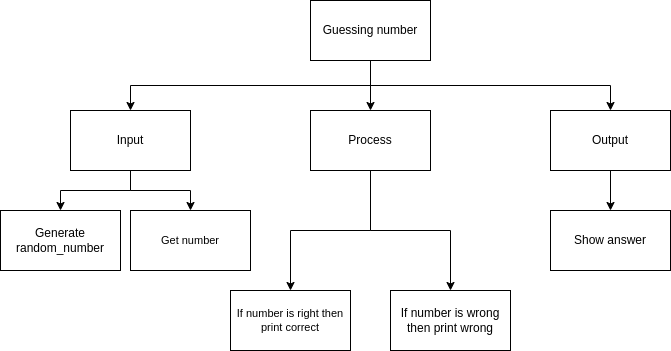
Above: design.png in Aleksandr-Ten/ICS3U-Unit3-03-Python (draw.io), before the change. Source tidied: cells renumbered, new cells last; positions are measured from the earlier drawing's top-left corner, leaving out a move shared by most shapes. Its diagram source:
```xml
<mxGraphModel>
  <root>
    <mxCell id="0" />
    <mxCell id="1" parent="0" />
    <mxCell id="2" style="edgeStyle=none;html=1;exitX=0.5;exitY=1;exitDx=0;exitDy=0;entryX=0.5;entryY=0;entryDx=0;entryDy=0;" parent="1" edge="1" source="5" target="8">
      <mxGeometry relative="1" as="geometry" />
    </mxCell>
    <mxCell id="3" style="edgeStyle=orthogonalEdgeStyle;html=1;exitX=0.5;exitY=1;exitDx=0;exitDy=0;entryX=0.5;entryY=0;entryDx=0;entryDy=0;rounded=0;" parent="1" edge="1" source="5" target="11">
      <mxGeometry relative="1" as="geometry" />
    </mxCell>
    <mxCell id="4" style="edgeStyle=orthogonalEdgeStyle;shape=connector;rounded=0;html=1;labelBackgroundColor=default;fontFamily=Helvetica;fontSize=11;fontColor=default;endArrow=classic;strokeColor=default;exitX=0.5;exitY=1;exitDx=0;exitDy=0;" parent="1" edge="1" source="5" target="13">
      <mxGeometry relative="1" as="geometry" />
    </mxCell>
    <mxCell id="5" value="Guessing number" style="rounded=0;whiteSpace=wrap;html=1;" parent="1" vertex="1">
      <mxGeometry x="310" width="120" height="60" as="geometry" />
    </mxCell>
    <mxCell id="6" style="edgeStyle=orthogonalEdgeStyle;shape=connector;rounded=0;html=1;labelBackgroundColor=default;fontFamily=Helvetica;fontSize=11;fontColor=default;endArrow=classic;strokeColor=default;" parent="1" edge="1" source="8" target="15">
      <mxGeometry relative="1" as="geometry" />
    </mxCell>
    <mxCell id="7" style="edgeStyle=orthogonalEdgeStyle;shape=connector;rounded=0;html=1;exitX=0.5;exitY=1;exitDx=0;exitDy=0;labelBackgroundColor=default;fontFamily=Helvetica;fontSize=11;fontColor=default;endArrow=classic;strokeColor=default;" parent="1" edge="1" source="8">
      <mxGeometry relative="1" as="geometry">
        <mxPoint x="450" y="290" as="targetPoint" />
      </mxGeometry>
    </mxCell>
    <mxCell id="8" value="Process" style="rounded=0;whiteSpace=wrap;html=1;" parent="1" vertex="1">
      <mxGeometry x="310" y="110" width="120" height="60" as="geometry" />
    </mxCell>
    <mxCell id="9" style="edgeStyle=orthogonalEdgeStyle;shape=connector;rounded=0;html=1;exitX=0.5;exitY=1;exitDx=0;exitDy=0;labelBackgroundColor=default;fontFamily=Helvetica;fontSize=11;fontColor=default;endArrow=classic;strokeColor=default;" parent="1" edge="1" source="11" target="14">
      <mxGeometry relative="1" as="geometry" />
    </mxCell>
    <mxCell id="10" style="edgeStyle=orthogonalEdgeStyle;html=1;rounded=0;" parent="1" edge="1" source="11" target="18">
      <mxGeometry relative="1" as="geometry" />
    </mxCell>
    <mxCell id="11" value="Input" style="rounded=0;whiteSpace=wrap;html=1;" parent="1" vertex="1">
      <mxGeometry x="70" y="110" width="120" height="60" as="geometry" />
    </mxCell>
    <mxCell id="12" style="edgeStyle=orthogonalEdgeStyle;html=1;exitX=0.5;exitY=1;exitDx=0;exitDy=0;rounded=0;" parent="1" edge="1" source="13" target="16">
      <mxGeometry relative="1" as="geometry" />
    </mxCell>
    <mxCell id="13" value="Output" style="rounded=0;whiteSpace=wrap;html=1;" parent="1" vertex="1">
      <mxGeometry x="550" y="110" width="120" height="60" as="geometry" />
    </mxCell>
    <mxCell id="14" value="Get number" style="rounded=0;whiteSpace=wrap;html=1;fontFamily=Helvetica;fontSize=11;fontColor=default;" parent="1" vertex="1">
      <mxGeometry x="130" y="210" width="120" height="60" as="geometry" />
    </mxCell>
    <mxCell id="15" value="If number is right then print correct" style="rounded=0;whiteSpace=wrap;html=1;fontFamily=Helvetica;fontSize=11;fontColor=default;" parent="1" vertex="1">
      <mxGeometry x="230" y="290" width="120" height="60" as="geometry" />
    </mxCell>
    <mxCell id="16" value="Show answer" style="rounded=0;whiteSpace=wrap;html=1;" parent="1" vertex="1">
      <mxGeometry x="550" y="210" width="120" height="60" as="geometry" />
    </mxCell>
    <mxCell id="17" value="If number is wrong then print wrong" style="rounded=0;whiteSpace=wrap;html=1;" parent="1" vertex="1">
      <mxGeometry x="390" y="290" width="120" height="60" as="geometry" />
    </mxCell>
    <mxCell id="18" value="Generate random_number" style="rounded=0;whiteSpace=wrap;html=1;" parent="1" vertex="1">
      <mxGeometry y="210" width="120" height="60" as="geometry" />
    </mxCell>
  </root>
</mxGraphModel>
```
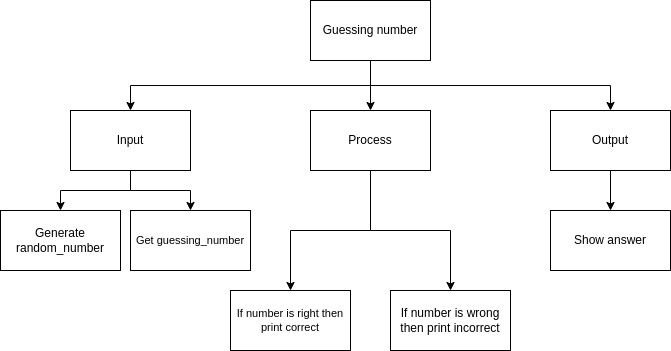
After the change.

Change to the diagram source:
```diff
@@ -40,7 +40,7 @@
     <mxCell id="13" value="Output" style="rounded=0;whiteSpace=wrap;html=1;" parent="1" vertex="1">
       <mxGeometry x="550" y="110" width="120" height="60" as="geometry" />
     </mxCell>
-    <mxCell id="14" value="Get number" style="rounded=0;whiteSpace=wrap;html=1;fontFamily=Helvetica;fontSize=11;fontColor=default;" parent="1" vertex="1">
+    <mxCell id="14" value="Get guessing_number" style="rounded=0;whiteSpace=wrap;html=1;fontFamily=Helvetica;fontSize=11;fontColor=default;" parent="1" vertex="1">
       <mxGeometry x="130" y="210" width="120" height="60" as="geometry" />
     </mxCell>
     <mxCell id="15" value="If number is right then print correct" style="rounded=0;whiteSpace=wrap;html=1;fontFamily=Helvetica;fontSize=11;fontColor=default;" parent="1" vertex="1">
@@ -49,7 +49,7 @@
     <mxCell id="16" value="Show answer" style="rounded=0;whiteSpace=wrap;html=1;" parent="1" vertex="1">
       <mxGeometry x="550" y="210" width="120" height="60" as="geometry" />
     </mxCell>
-    <mxCell id="17" value="If number is wrong then print wrong" style="rounded=0;whiteSpace=wrap;html=1;" parent="1" vertex="1">
+    <mxCell id="17" value="If number is wrong then print incorrect" style="rounded=0;whiteSpace=wrap;html=1;" parent="1" vertex="1">
       <mxGeometry x="390" y="290" width="120" height="60" as="geometry" />
     </mxCell>
     <mxCell id="18" value="Generate random_number" style="rounded=0;whiteSpace=wrap;html=1;" parent="1" vertex="1">
```
